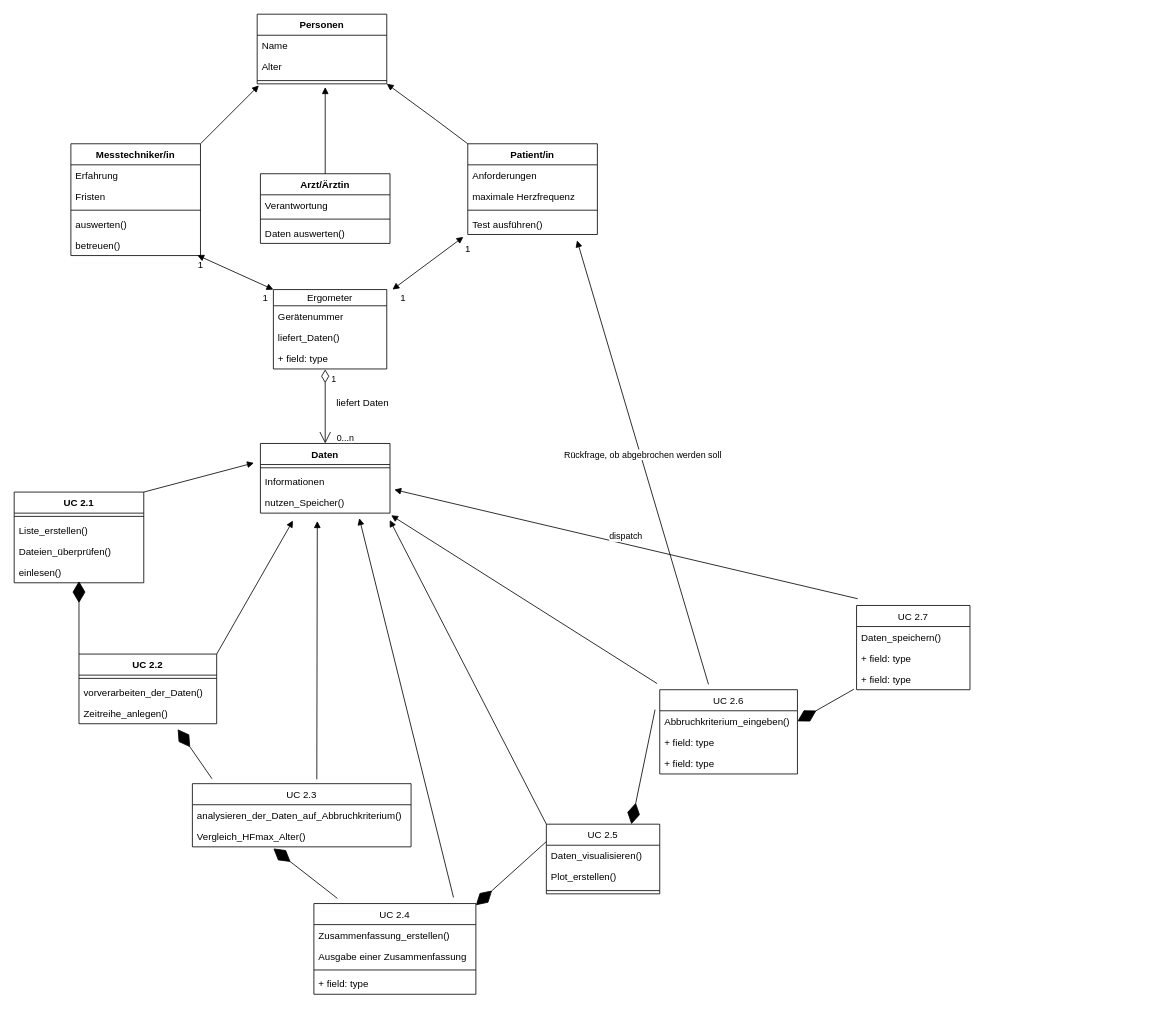
jhumci/MCI-MSE_Aufgaben keeps this draw.io diagram as PÜ3/Untitled Diagram.drawio. Above is the earlier version. Source tidied: cells renumbered, new cells numbered last; positions are measured from the earlier drawing's top-left corner, leaving out a move shared by most shapes. Both pictures are drawn from the tidied source at 81%, with x=0, y=0 at pixel (14, 14).
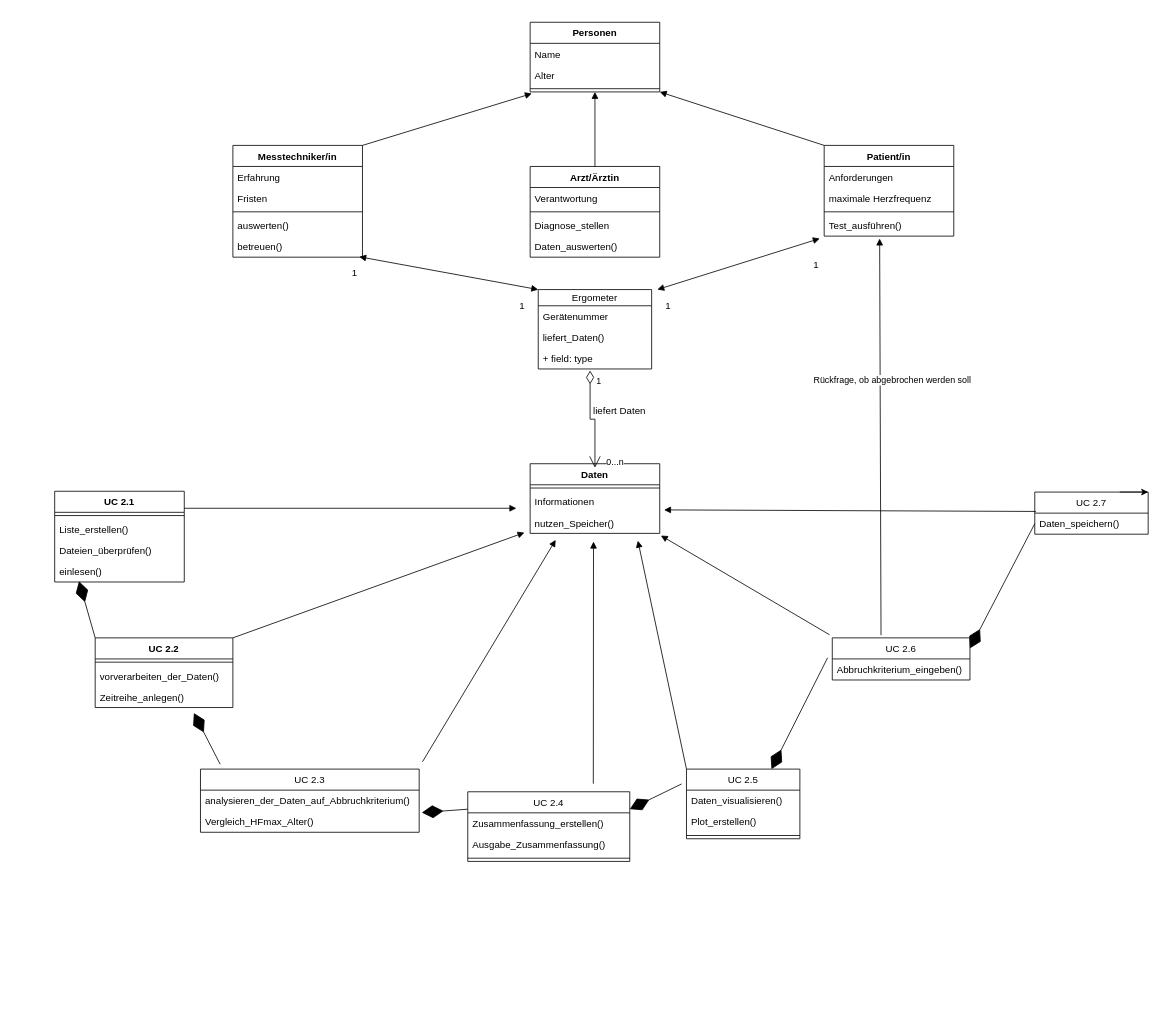
Above is the later version.

Unchanged cells that the change refers to:
```xml
<mxCell id="4" value="Informationen" style="text;strokeColor=none;fillColor=none;align=left;verticalAlign=top;spacingLeft=4;spacingRight=4;overflow=hidden;points=[[0,0.5],[1,0.5]];portConstraint=eastwest;labelBackgroundColor=#ffffff;" parent="2" vertex="1">
  <mxGeometry y="34" width="160" height="26" as="geometry" />
</mxCell>
<mxCell id="5" value="nutzen_Speicher()" style="text;strokeColor=none;fillColor=none;align=left;verticalAlign=top;spacingLeft=4;spacingRight=4;overflow=hidden;points=[[0,0.5],[1,0.5]];portConstraint=eastwest;labelBackgroundColor=#ffffff;" parent="2" vertex="1">
  <mxGeometry y="60" width="160" height="26" as="geometry" />
</mxCell>
<mxCell id="9" style="line;strokeWidth=1;fillColor=none;align=left;verticalAlign=middle;spacingTop=-1;spacingLeft=3;spacingRight=3;labelPosition=right;points=[];portConstraint=eastwest;labelBackgroundColor=#ffffff;" parent="6" vertex="1">
  <mxGeometry y="78" width="160" height="8" as="geometry" />
</mxCell>
<mxCell id="15" value="betreuen()" style="text;strokeColor=none;fillColor=none;align=left;verticalAlign=top;spacingLeft=4;spacingRight=4;overflow=hidden;points=[[0,0.5],[1,0.5]];portConstraint=eastwest;labelBackgroundColor=#ffffff;" parent="10" vertex="1">
  <mxGeometry y="112" width="160" height="26" as="geometry" />
</mxCell>
<mxCell id="39" value="Vergleich_HFmax_Alter()" style="text;strokeColor=none;fillColor=none;align=left;verticalAlign=top;spacingLeft=4;spacingRight=4;overflow=hidden;points=[[0,0.5],[1,0.5]];portConstraint=eastwest;labelBackgroundColor=#ffffff;" parent="37" vertex="1">
  <mxGeometry y="52" width="270" height="26" as="geometry" />
</mxCell>
<mxCell id="43" value="+ field: type" style="text;strokeColor=none;fillColor=none;align=left;verticalAlign=top;spacingLeft=4;spacingRight=4;overflow=hidden;points=[[0,0.5],[1,0.5]];portConstraint=eastwest;labelBackgroundColor=#ffffff;" parent="40" vertex="1">
  <mxGeometry y="72" width="140" height="26" as="geometry" />
</mxCell>
<mxCell id="61" value="Daten_visualisieren()" style="text;strokeColor=none;fillColor=none;align=left;verticalAlign=top;spacingLeft=4;spacingRight=4;overflow=hidden;points=[[0,0.5],[1,0.5]];portConstraint=eastwest;labelBackgroundColor=#ffffff;" parent="60" vertex="1">
  <mxGeometry y="26" width="140" height="26" as="geometry" />
</mxCell>
<mxCell id="65" value="Abbruchkriterium_eingeben()" style="text;strokeColor=none;fillColor=none;align=left;verticalAlign=top;spacingLeft=4;spacingRight=4;overflow=hidden;points=[[0,0.5],[1,0.5]];portConstraint=eastwest;labelBackgroundColor=#ffffff;" parent="64" vertex="1">
  <mxGeometry y="26" width="170" height="26" as="geometry" />
</mxCell>
<mxCell id="74" value="Daten_speichern()" style="text;strokeColor=none;fillColor=none;align=left;verticalAlign=top;spacingLeft=4;spacingRight=4;overflow=hidden;points=[[0,0.5],[1,0.5]];portConstraint=eastwest;labelBackgroundColor=#ffffff;" parent="73" vertex="1">
  <mxGeometry y="26" width="140" height="26" as="geometry" />
</mxCell>
```

The edit, as a diff of the source:
```diff
@@
     <mxCell id="2" value="Daten" style="swimlane;fontStyle=1;align=center;verticalAlign=top;horizontal=1;startSize=26;labelBackgroundColor=#ffffff;" parent="1" vertex="1">
-      <mxGeometry x="304" y="530" width="160" height="86" as="geometry" />
+      <mxGeometry x="637" y="555" width="160" height="86" as="geometry" />
     </mxCell>
@@
     <mxCell id="6" value="Personen" style="swimlane;fontStyle=1;align=center;verticalAlign=top;horizontal=1;startSize=26;labelBackgroundColor=#ffffff;" parent="1" vertex="1">
-      <mxGeometry x="300" width="160" height="86" as="geometry" />
+      <mxGeometry x="637" y="10" width="160" height="86" as="geometry" />
     </mxCell>
@@
     <mxCell id="10" value="Messtechniker/in" style="swimlane;fontStyle=1;align=center;verticalAlign=top;horizontal=1;startSize=26;labelBackgroundColor=#ffffff;" parent="1" vertex="1">
-      <mxGeometry x="70" y="160" width="160" height="138" as="geometry" />
+      <mxGeometry x="270" y="162" width="160" height="138" as="geometry" />
     </mxCell>
@@
     <mxCell id="16" value="Patient/in" style="swimlane;fontStyle=1;align=center;verticalAlign=top;horizontal=1;startSize=26;labelBackgroundColor=#ffffff;" parent="1" vertex="1">
-      <mxGeometry x="560" y="160" width="160" height="112" as="geometry" />
+      <mxGeometry x="1000" y="162" width="160" height="112" as="geometry" />
     </mxCell>
@@
-    <mxCell id="20" value="Test ausführen()" style="text;strokeColor=none;fillColor=none;align=left;verticalAlign=top;spacingLeft=4;spacingRight=4;overflow=hidden;points=[[0,0.5],[1,0.5]];portConstraint=eastwest;labelBackgroundColor=#ffffff;" parent="16" vertex="1">
+    <mxCell id="20" value="Test_ausführen()" style="text;strokeColor=none;fillColor=none;align=left;verticalAlign=top;spacingLeft=4;spacingRight=4;overflow=hidden;points=[[0,0.5],[1,0.5]];portConstraint=eastwest;labelBackgroundColor=#ffffff;" parent="16" vertex="1">
       <mxGeometry y="86" width="160" height="26" as="geometry" />
     </mxCell>
-    <mxCell id="21" style="html=1;verticalAlign=bottom;endArrow=block;rounded=0;entryX=1;entryY=1;entryDx=0;entryDy=0;" parent="1" edge="1" target="6">
+    <mxCell id="21" style="html=1;verticalAlign=bottom;endArrow=block;rounded=0;entryX=1;entryY=1;entryDx=0;entryDy=0;exitX=0;exitY=0;exitDx=0;exitDy=0;" parent="1" edge="1" source="16" target="6">
       <mxGeometry x="-1" y="-125" relative="1" as="geometry">
-        <mxPoint x="560" y="160" as="sourcePoint" />
-        <Array as="points">
-          <mxPoint x="520" y="130" />
-        </Array>
         <mxPoint x="7" y="3" as="offset" />
       </mxGeometry>
     </mxCell>
@@
     <mxCell id="23" value="Arzt/Ärztin" style="swimlane;fontStyle=1;align=center;verticalAlign=top;horizontal=1;startSize=26;labelBackgroundColor=#ffffff;" parent="1" vertex="1">
-      <mxGeometry x="304" y="197" width="160" height="86" as="geometry" />
+      <mxGeometry x="637" y="188" width="160" height="112" as="geometry" />
     </mxCell>
@@
+    <mxCell id="85" value="Diagnose_stellen" style="text;strokeColor=none;fillColor=none;align=left;verticalAlign=top;spacingLeft=4;spacingRight=4;overflow=hidden;" parent="23" vertex="1">
+      <mxGeometry y="60" width="160" height="26" as="geometry" />
+    </mxCell>
-    <mxCell id="26" value="Daten auswerten()" style="text;strokeColor=none;fillColor=none;align=left;verticalAlign=top;spacingLeft=4;spacingRight=4;overflow=hidden;labelBackgroundColor=#ffffff;" parent="23" vertex="1">
-      <mxGeometry y="60" width="160" height="26" as="geometry" />
+    <mxCell id="26" value="Daten_auswerten()" style="text;strokeColor=none;fillColor=none;align=left;verticalAlign=top;spacingLeft=4;spacingRight=4;overflow=hidden;labelBackgroundColor=#ffffff;" parent="23" vertex="1">
+      <mxGeometry y="86" width="160" height="26" as="geometry" />
     </mxCell>
-    <mxCell id="27" style="html=1;verticalAlign=bottom;endArrow=block;rounded=0;exitX=0.5;exitY=0;exitDx=0;exitDy=0;" parent="1" edge="1" source="23">
+    <mxCell id="27" style="html=1;verticalAlign=bottom;endArrow=block;rounded=0;exitX=0.5;exitY=0;exitDx=0;exitDy=0;" parent="1" edge="1" source="23" target="9">
       <mxGeometry x="1" y="-292" relative="1" as="geometry">
-        <mxPoint x="384" y="90" as="targetPoint" />
         <mxPoint x="-6" y="-56" as="offset" />
       </mxGeometry>
     </mxCell>
     <mxCell id="28" value="UC 2.1" style="swimlane;fontStyle=1;align=center;verticalAlign=top;horizontal=1;startSize=26;labelBackgroundColor=#ffffff;" parent="1" vertex="1">
-      <mxGeometry y="590" width="160" height="112" as="geometry" />
+      <mxGeometry x="50" y="589" width="160" height="112" as="geometry" />
     </mxCell>
@@
     <mxCell id="33" value="UC 2.2" style="swimlane;fontStyle=1;align=center;verticalAlign=top;horizontal=1;startSize=26;labelBackgroundColor=#ffffff;" parent="1" vertex="1">
-      <mxGeometry x="80" y="790" width="170" height="86" as="geometry" />
+      <mxGeometry x="100" y="770" width="170" height="86" as="geometry" />
     </mxCell>
@@
     <mxCell id="37" value="UC 2.3" style="swimlane;fontStyle=0;horizontal=1;startSize=26;fillColor=none;labelBackgroundColor=#ffffff;" parent="1" vertex="1">
-      <mxGeometry x="220" y="950" width="270" height="78" as="geometry" />
+      <mxGeometry x="230" y="932" width="270" height="78" as="geometry" />
     </mxCell>
@@
     <mxCell id="40" value="Ergometer" style="swimlane;fontStyle=0;horizontal=1;startSize=20;fillColor=none;labelBackgroundColor=#ffffff;" parent="1" vertex="1">
-      <mxGeometry x="320" y="340" width="140" height="98" as="geometry" />
+      <mxGeometry x="647" y="340" width="140" height="98" as="geometry" />
     </mxCell>
@@
-    <mxCell id="45" style="endArrow=open;html=1;endSize=12;startArrow=diamondThin;startSize=14;startFill=0;edgeStyle=orthogonalEdgeStyle;rounded=0;entryX=0.5;entryY=0;entryDx=0;entryDy=0;exitX=0.457;exitY=1.019;exitDx=0;exitDy=0;exitPerimeter=0;" parent="1" edge="1" source="43" target="2">
-      <mxGeometry relative="1" as="geometry" />
+    <mxCell id="45" style="endArrow=open;html=1;endSize=12;startArrow=diamondThin;startSize=14;startFill=0;edgeStyle=orthogonalEdgeStyle;rounded=0;" parent="1" edge="1">
+      <mxGeometry relative="1" as="geometry">
+        <mxPoint x="711" y="440" as="sourcePoint" />
+        <mxPoint x="717" y="560" as="targetPoint" />
+        <Array as="points">
+          <mxPoint x="711" y="500" />
+          <mxPoint x="717" y="500" />
+        </Array>
+      </mxGeometry>
     </mxCell>
@@
     <mxCell id="48" value="liefert Daten" style="text;html=1;align=center;verticalAlign=middle;strokeColor=none;fillColor=none;" parent="1" vertex="1">
-      <mxGeometry x="390" y="470" width="80" height="20" as="geometry" />
+      <mxGeometry x="707" y="480" width="80" height="20" as="geometry" />
     </mxCell>
-    <mxCell id="49" value="UC 2.4" style="swimlane;fontStyle=0;horizontal=1;startSize=26;fillColor=none;labelBackgroundColor=#ffffff;" parent="1" vertex="1">
-      <mxGeometry x="370" y="1098" width="200" height="112" as="geometry" />
-    </mxCell>
-    <mxCell id="50" value="Zusammenfassung_erstellen()" style="text;strokeColor=none;fillColor=none;align=left;verticalAlign=top;spacingLeft=4;spacingRight=4;overflow=hidden;labelBackgroundColor=#ffffff;" parent="49" vertex="1">
-      <mxGeometry y="26" width="200" height="26" as="geometry" />
-    </mxCell>
-    <mxCell id="51" value="Ausgabe einer Zusammenfassung" style="text;strokeColor=none;fillColor=none;align=left;verticalAlign=top;spacingLeft=4;spacingRight=4;overflow=hidden;labelBackgroundColor=#ffffff;" parent="49" vertex="1">
-      <mxGeometry y="52" width="200" height="26" as="geometry" />
-    </mxCell>
-    <mxCell id="52" style="line;strokeWidth=1;fillColor=none;align=left;verticalAlign=middle;spacingTop=-1;spacingLeft=3;spacingRight=3;labelPosition=right;labelBackgroundColor=#ffffff;" parent="49" vertex="1">
-      <mxGeometry y="78" width="200" height="8" as="geometry" />
-    </mxCell>
-    <mxCell id="53" value="+ field: type" style="text;strokeColor=none;fillColor=none;align=left;verticalAlign=top;spacingLeft=4;spacingRight=4;overflow=hidden;labelBackgroundColor=#ffffff;" parent="49" vertex="1">
-      <mxGeometry y="86" width="200" height="26" as="geometry" />
-    </mxCell>
-    <mxCell id="54" style="endArrow=block;startArrow=block;endFill=1;startFill=1;html=1;rounded=0;exitX=0.975;exitY=0.981;exitDx=0;exitDy=0;exitPerimeter=0;" parent="1" edge="1" source="15">
-      <mxGeometry relative="1" as="geometry">
-        <mxPoint x="320" y="340" as="targetPoint" />
-      </mxGeometry>
+    <mxCell id="54" style="endArrow=block;startArrow=block;endFill=1;startFill=1;html=1;rounded=0;exitX=0.975;exitY=0.981;exitDx=0;exitDy=0;exitPerimeter=0;entryX=0;entryY=0;entryDx=0;entryDy=0;" parent="1" edge="1" source="15" target="40">
+      <mxGeometry relative="1" as="geometry" />
     </mxCell>
     <mxCell id="55" value="1" style="text;html=1;align=center;verticalAlign=middle;strokeColor=none;fillColor=none;" parent="1" vertex="1">
-      <mxGeometry x="220" y="300" width="20" height="20" as="geometry" />
+      <mxGeometry x="410" y="310" width="20" height="20" as="geometry" />
     </mxCell>
     <mxCell id="56" value="1" style="text;html=1;align=center;verticalAlign=middle;strokeColor=none;fillColor=none;" parent="1" vertex="1">
-      <mxGeometry x="300" y="340" width="20" height="20" as="geometry" />
+      <mxGeometry x="617" y="350" width="20" height="20" as="geometry" />
     </mxCell>
@@
     <mxCell id="58" value="1" style="text;html=1;align=center;verticalAlign=middle;strokeColor=none;fillColor=none;" parent="1" vertex="1">
-      <mxGeometry x="470" y="340" width="20" height="20" as="geometry" />
+      <mxGeometry x="797" y="350" width="20" height="20" as="geometry" />
     </mxCell>
     <mxCell id="59" value="1" style="text;html=1;align=center;verticalAlign=middle;strokeColor=none;fillColor=none;" parent="1" vertex="1">
-      <mxGeometry x="550" y="280" width="20" height="20" as="geometry" />
+      <mxGeometry x="980" y="300" width="20" height="20" as="geometry" />
     </mxCell>
     <mxCell id="60" value="UC 2.5" style="swimlane;fontStyle=0;horizontal=1;startSize=26;fillColor=none;labelBackgroundColor=#ffffff;" parent="1" vertex="1">
-      <mxGeometry x="657" y="1000" width="140" height="86" as="geometry" />
+      <mxGeometry x="830" y="932" width="140" height="86" as="geometry" />
     </mxCell>
@@
     <mxCell id="64" value="UC 2.6" style="swimlane;fontStyle=0;horizontal=1;startSize=26;fillColor=none;labelBackgroundColor=#ffffff;" parent="1" vertex="1">
-      <mxGeometry x="797" y="834" width="170" height="104" as="geometry" />
+      <mxGeometry x="1010" y="770" width="170" height="52" as="geometry" />
     </mxCell>
@@
-    <mxCell id="66" value="+ field: type" style="text;strokeColor=none;fillColor=none;align=left;verticalAlign=top;spacingLeft=4;spacingRight=4;overflow=hidden;labelBackgroundColor=#ffffff;" parent="64" vertex="1">
-      <mxGeometry y="52" width="170" height="26" as="geometry" />
-    </mxCell>
-    <mxCell id="67" value="+ field: type" style="text;strokeColor=none;fillColor=none;align=left;verticalAlign=top;spacingLeft=4;spacingRight=4;overflow=hidden;labelBackgroundColor=#ffffff;" parent="64" vertex="1">
-      <mxGeometry y="78" width="170" height="26" as="geometry" />
-    </mxCell>
@@
-    <mxCell id="69" style="endArrow=diamondThin;endFill=1;endSize=24;html=1;rounded=0;exitX=0.145;exitY=-0.057;exitDx=0;exitDy=0;exitPerimeter=0;" parent="1" edge="1" source="49">
-      <mxGeometry relative="1" as="geometry">
-        <mxPoint x="320" y="1030" as="targetPoint" />
-      </mxGeometry>
+    <mxCell id="69" style="endArrow=diamondThin;endFill=1;endSize=24;html=1;rounded=0;exitX=0;exitY=0.25;exitDx=0;exitDy=0;entryX=1.012;entryY=0.064;entryDx=0;entryDy=0;entryPerimeter=0;" parent="1" edge="1" source="49" target="39">
+      <mxGeometry relative="1" as="geometry" />
     </mxCell>
-    <mxCell id="70" style="endArrow=diamondThin;endFill=1;endSize=24;html=1;rounded=0;exitX=0;exitY=0.25;exitDx=0;exitDy=0;" parent="1" edge="1" source="60">
-      <mxGeometry relative="1" as="geometry">
-        <mxPoint x="570" y="1100" as="targetPoint" />
-      </mxGeometry>
-    </mxCell>
@@
-    <mxCell id="72" value="Rückfrage, ob abgebrochen werden soll" style="html=1;verticalAlign=bottom;endArrow=block;rounded=0;exitX=0.354;exitY=-0.063;exitDx=0;exitDy=0;exitPerimeter=0;entryX=0.843;entryY=1.281;entryDx=0;entryDy=0;entryPerimeter=0;" parent="1" edge="1" source="64" target="20">
-      <mxGeometry relative="1" as="geometry" />
+    <mxCell id="72" value="Rückfrage, ob abgebrochen werden soll" style="html=1;verticalAlign=bottom;endArrow=block;rounded=0;exitX=0.354;exitY=-0.063;exitDx=0;exitDy=0;exitPerimeter=0;entryX=0.428;entryY=1.115;entryDx=0;entryDy=0;entryPerimeter=0;" parent="1" edge="1" source="64" target="20">
+      <mxGeometry x="0.25" y="-15" relative="1" as="geometry" />
     </mxCell>
     <mxCell id="73" value="UC 2.7" style="swimlane;fontStyle=0;horizontal=1;startSize=26;fillColor=none;labelBackgroundColor=#ffffff;" parent="1" vertex="1">
-      <mxGeometry x="1040" y="730" width="140" height="104" as="geometry" />
+      <mxGeometry x="1260" y="590" width="140" height="52" as="geometry" />
     </mxCell>
@@
-    <mxCell id="75" value="+ field: type" style="text;strokeColor=none;fillColor=none;align=left;verticalAlign=top;spacingLeft=4;spacingRight=4;overflow=hidden;labelBackgroundColor=#ffffff;" parent="73" vertex="1">
-      <mxGeometry y="52" width="140" height="26" as="geometry" />
-    </mxCell>
-    <mxCell id="76" value="+ field: type" style="text;strokeColor=none;fillColor=none;align=left;verticalAlign=top;spacingLeft=4;spacingRight=4;overflow=hidden;points=[[0,0.5],[1,0.5]];portConstraint=eastwest;labelBackgroundColor=#ffffff;" parent="73" vertex="1">
-      <mxGeometry y="78" width="140" height="26" as="geometry" />
-    </mxCell>
-    <mxCell id="77" style="endArrow=diamondThin;endFill=1;endSize=24;html=1;rounded=0;exitX=-0.024;exitY=0.977;exitDx=0;exitDy=0;exitPerimeter=0;entryX=1;entryY=0.5;entryDx=0;entryDy=0;" parent="1" edge="1" source="76" target="65">
+    <mxCell id="77" style="endArrow=diamondThin;endFill=1;endSize=24;html=1;rounded=0;exitX=0;exitY=0.5;exitDx=0;exitDy=0;entryX=1;entryY=0.25;entryDx=0;entryDy=0;" parent="1" edge="1" source="74" target="64">
       <mxGeometry relative="1" as="geometry" />
     </mxCell>
-    <mxCell id="78" style="html=1;verticalAlign=bottom;endArrow=block;rounded=0;exitX=1;exitY=0;exitDx=0;exitDy=0;entryX=-0.05;entryY=-0.385;entryDx=0;entryDy=0;entryPerimeter=0;" parent="1" edge="1" source="28" target="4">
-      <mxGeometry relative="1" as="geometry" />
+    <mxCell id="78" style="html=1;verticalAlign=bottom;endArrow=block;rounded=0;" parent="1" edge="1">
+      <mxGeometry relative="1" as="geometry">
+        <mxPoint x="210" y="610" as="sourcePoint" />
+        <mxPoint x="620" y="610" as="targetPoint" />
+      </mxGeometry>
     </mxCell>
-    <mxCell id="79" style="html=1;verticalAlign=bottom;endArrow=block;rounded=0;exitX=1;exitY=0;exitDx=0;exitDy=0;entryX=0.251;entryY=1.353;entryDx=0;entryDy=0;entryPerimeter=0;" parent="1" edge="1" source="33" target="5">
-      <mxGeometry relative="1" as="geometry" />
+    <mxCell id="79" style="html=1;verticalAlign=bottom;endArrow=block;rounded=0;exitX=1;exitY=0;exitDx=0;exitDy=0;" parent="1" edge="1" source="33">
+      <mxGeometry relative="1" as="geometry">
+        <mxPoint x="630" y="640" as="targetPoint" />
+      </mxGeometry>
     </mxCell>
-    <mxCell id="80" style="html=1;verticalAlign=bottom;endArrow=block;rounded=0;exitX=0.569;exitY=-0.069;exitDx=0;exitDy=0;exitPerimeter=0;entryX=0.439;entryY=1.376;entryDx=0;entryDy=0;entryPerimeter=0;" parent="1" edge="1" source="37" target="5">
+    <mxCell id="80" style="html=1;verticalAlign=bottom;endArrow=block;rounded=0;exitX=1.015;exitY=-0.115;exitDx=0;exitDy=0;exitPerimeter=0;entryX=0.197;entryY=1.308;entryDx=0;entryDy=0;entryPerimeter=0;" parent="1" edge="1" source="37" target="5">
       <mxGeometry relative="1" as="geometry" />
     </mxCell>
-    <mxCell id="81" style="html=1;verticalAlign=bottom;endArrow=block;rounded=0;exitX=0.862;exitY=-0.067;exitDx=0;exitDy=0;exitPerimeter=0;entryX=0.763;entryY=1.24;entryDx=0;entryDy=0;entryPerimeter=0;" parent="1" edge="1" source="49" target="5">
-      <mxGeometry x="0.01" y="-17" relative="1" as="geometry" />
+    <mxCell id="81" style="html=1;verticalAlign=bottom;endArrow=block;rounded=0;entryX=0.489;entryY=1.388;entryDx=0;entryDy=0;entryPerimeter=0;" parent="1" edge="1" target="5">
+      <mxGeometry x="0.01" y="-17" relative="1" as="geometry">
+        <mxPoint x="715" y="950" as="sourcePoint" />
+      </mxGeometry>
     </mxCell>
-    <mxCell id="82" style="html=1;verticalAlign=bottom;endArrow=block;rounded=0;exitX=0;exitY=0;exitDx=0;exitDy=0;entryX=0.998;entryY=1.33;entryDx=0;entryDy=0;entryPerimeter=0;" parent="1" edge="1" source="60" target="5">
-      <mxGeometry relative="1" as="geometry" />
+    <mxCell id="82" style="html=1;verticalAlign=bottom;endArrow=block;rounded=0;exitX=0;exitY=0;exitDx=0;exitDy=0;" parent="1" edge="1" source="60">
+      <mxGeometry relative="1" as="geometry">
+        <mxPoint x="770" y="650" as="targetPoint" />
+      </mxGeometry>
     </mxCell>
@@
-    <mxCell id="84" value="dispatch" style="html=1;verticalAlign=bottom;endArrow=block;rounded=0;exitX=0.01;exitY=-0.08;exitDx=0;exitDy=0;exitPerimeter=0;entryX=1.033;entryY=-0.115;entryDx=0;entryDy=0;entryPerimeter=0;" parent="1" edge="1" source="73" target="5">
+    <mxCell id="84" style="html=1;verticalAlign=bottom;endArrow=block;rounded=0;exitX=0.01;exitY=-0.08;exitDx=0;exitDy=0;exitPerimeter=0;entryX=1.033;entryY=-0.115;entryDx=0;entryDy=0;entryPerimeter=0;startArrow=none;" parent="1" edge="1" source="74" target="5">
       <mxGeometry relative="1" as="geometry" />
     </mxCell>
+    <mxCell id="49" value="UC 2.4" style="swimlane;fontStyle=0;horizontal=1;startSize=26;fillColor=none;labelBackgroundColor=#ffffff;" parent="1" vertex="1">
+      <mxGeometry x="560" y="960" width="200" height="86" as="geometry" />
+    </mxCell>
+    <mxCell id="50" value="Zusammenfassung_erstellen()" style="text;strokeColor=none;fillColor=none;align=left;verticalAlign=top;spacingLeft=4;spacingRight=4;overflow=hidden;labelBackgroundColor=#ffffff;" parent="49" vertex="1">
+      <mxGeometry y="26" width="200" height="26" as="geometry" />
+    </mxCell>
+    <mxCell id="51" value="Ausgabe_Zusammenfassung()" style="text;strokeColor=none;fillColor=none;align=left;verticalAlign=top;spacingLeft=4;spacingRight=4;overflow=hidden;labelBackgroundColor=#ffffff;" parent="49" vertex="1">
+      <mxGeometry y="52" width="200" height="26" as="geometry" />
+    </mxCell>
+    <mxCell id="52" style="line;strokeWidth=1;fillColor=none;align=left;verticalAlign=middle;spacingTop=-1;spacingLeft=3;spacingRight=3;labelPosition=right;labelBackgroundColor=#ffffff;" parent="49" vertex="1">
+      <mxGeometry y="78" width="200" height="8" as="geometry" />
+    </mxCell>
+    <mxCell id="86" style="edgeStyle=orthogonalEdgeStyle;rounded=0;orthogonalLoop=1;jettySize=auto;html=1;exitX=0.75;exitY=0;exitDx=0;exitDy=0;entryX=1;entryY=0;entryDx=0;entryDy=0;" parent="1" edge="1" source="73" target="73">
+      <mxGeometry relative="1" as="geometry" />
+    </mxCell>
+    <mxCell id="87" style="endArrow=diamondThin;endFill=1;endSize=24;html=1;rounded=0;exitX=-0.043;exitY=-0.295;exitDx=0;exitDy=0;exitPerimeter=0;entryX=1;entryY=0.25;entryDx=0;entryDy=0;" parent="1" edge="1" source="61" target="49">
+      <mxGeometry relative="1" as="geometry" />
+    </mxCell>
```
